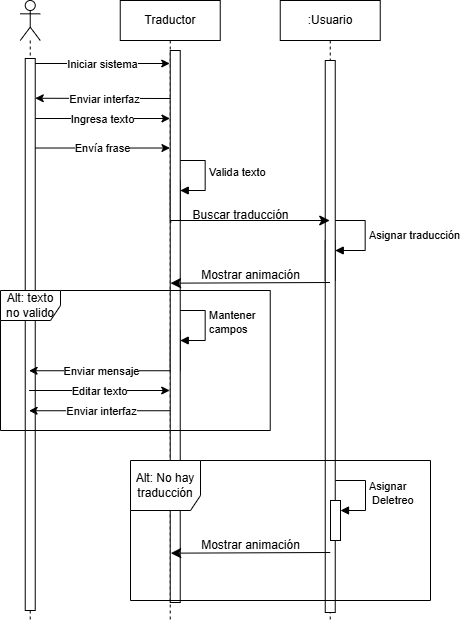
Above: Images/Cap 3/secuencia.png in IvanSMMA/TT1_Document (draw.io), before the change. Source tidied: cells renumbered, new cells last; positions are measured from the earlier drawing's top-left corner, leaving out a move shared by most shapes.
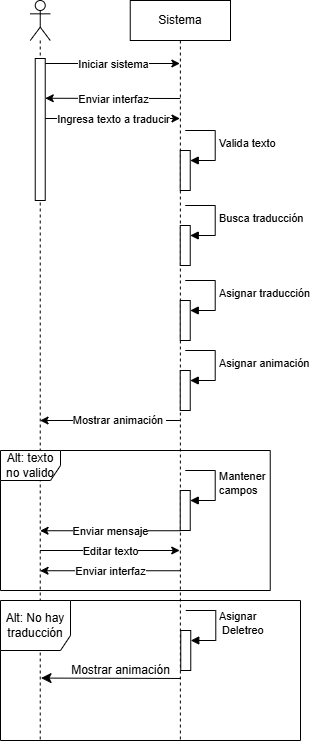
Above is the later version.

Change to the diagram source:
```diff
@@ -2,159 +2,151 @@
   <root>
     <mxCell id="0" />
     <mxCell id="1" parent="0" />
-    <mxCell id="2" style="shape=umlLifeline;perimeter=lifelinePerimeter;whiteSpace=wrap;html=1;outlineConnect=0;portConstraint=eastwest;newEdgeStyle={&quot;curved&quot;:0,&quot;rounded&quot;:0};participant=umlActor;" parent="1" vertex="1">
-      <mxGeometry x="19.7" width="20" height="620" as="geometry" />
-    </mxCell>
-    <mxCell id="3" style="html=1;points=[[0,0,0,0,5],[0,1,0,0,-5],[1,0,0,0,5],[1,1,0,0,-5]];perimeter=orthogonalPerimeter;outlineConnect=0;targetShapes=umlLifeline;portConstraint=eastwest;newEdgeStyle={&quot;curved&quot;:0,&quot;rounded&quot;:0};" parent="2" vertex="1">
-      <mxGeometry x="5" y="58" width="10" height="552" as="geometry" />
-    </mxCell>
-    <mxCell id="4" value="Traductor" style="shape=umlLifeline;perimeter=lifelinePerimeter;whiteSpace=wrap;html=1;outlineConnect=0;portConstraint=eastwest;newEdgeStyle={&quot;curved&quot;:0,&quot;rounded&quot;:0};" parent="1" vertex="1">
-      <mxGeometry x="119.7" width="100" height="620" as="geometry" />
-    </mxCell>
+    <mxCell id="38" style="shape=umlLifeline;perimeter=lifelinePerimeter;whiteSpace=wrap;html=1;newEdgeStyle={&quot;curved&quot;:0,&quot;rounded&quot;:0};participant=umlActor;" parent="1" vertex="1">
+      <mxGeometry x="89.7" y="790" width="20" height="740" as="geometry" />
+    </mxCell>
+    <mxCell id="39" style="html=1;points=[[0,0,0,0,5],[0,1,0,0,-5],[1,0,0,0,5],[1,1,0,0,-5]];perimeter=orthogonalPerimeter;outlineConnect=0;targetShapes=umlLifeline;portConstraint=eastwest;newEdgeStyle={&quot;curved&quot;:0,&quot;rounded&quot;:0};" parent="38" vertex="1">
+      <mxGeometry x="5" y="58" width="10" height="142" as="geometry" />
+    </mxCell>
+    <mxCell id="40" style="edgeStyle=orthogonalEdgeStyle;rounded=0;orthogonalLoop=1;jettySize=auto;html=1;curved=0;" parent="1" edge="1">
+      <mxGeometry relative="1" as="geometry">
+        <mxPoint x="239.4" y="1210" as="sourcePoint" />
+        <mxPoint x="99.6" y="1210" as="targetPoint" />
+      </mxGeometry>
+    </mxCell>
+    <mxCell id="41" value="Mostrar animación&amp;nbsp;" style="edgeLabel;html=1;align=center;verticalAlign=middle;" parent="40" vertex="1">
+      <mxGeometry x="-0.13" y="-1" relative="1" as="geometry" />
+    </mxCell>
+    <mxCell id="42" value="Sistema" style="shape=umlLifeline;perimeter=lifelinePerimeter;whiteSpace=wrap;html=1;outlineConnect=0;portConstraint=eastwest;newEdgeStyle={&quot;curved&quot;:0,&quot;rounded&quot;:0};" parent="1" vertex="1">
+      <mxGeometry x="189.7" y="790" width="100.3" height="740" as="geometry" />
+    </mxCell>
-    <mxCell id="5" value="Valida texto" style="html=1;align=left;spacingLeft=2;endArrow=block;rounded=0;edgeStyle=orthogonalEdgeStyle;curved=0;rounded=0;" parent="4" edge="1" target="6">
+    <mxCell id="5" value="Valida texto" style="html=1;align=left;spacingLeft=2;endArrow=block;rounded=0;edgeStyle=orthogonalEdgeStyle;curved=0;rounded=0;" parent="42" edge="1" target="43">
       <mxGeometry relative="1" as="geometry">
-        <mxPoint x="55" y="160" as="sourcePoint" />
+        <mxPoint x="55" y="130" as="sourcePoint" />
         <Array as="points">
-          <mxPoint x="85" y="190" />
+          <mxPoint x="85" y="160" />
         </Array>
       </mxGeometry>
     </mxCell>
-    <mxCell id="6" style="html=1;points=[[0,0,0,0,5],[0,1,0,0,-5],[1,0,0,0,5],[1,1,0,0,-5]];perimeter=orthogonalPerimeter;outlineConnect=0;targetShapes=umlLifeline;portConstraint=eastwest;newEdgeStyle={&quot;curved&quot;:0,&quot;rounded&quot;:0};" parent="4" vertex="1">
-      <mxGeometry x="50" y="180" width="10" height="40" as="geometry" />
-    </mxCell>
-    <mxCell id="7" style="html=1;points=[[0,0,0,0,5],[0,1,0,0,-5],[1,0,0,0,5],[1,1,0,0,-5]];perimeter=orthogonalPerimeter;outlineConnect=0;targetShapes=umlLifeline;portConstraint=eastwest;newEdgeStyle={&quot;curved&quot;:0,&quot;rounded&quot;:0};" parent="4" vertex="1">
-      <mxGeometry x="50" y="330" width="10" height="40" as="geometry" />
-    </mxCell>
+    <mxCell id="43" style="html=1;points=[[0,0,0,0,5],[0,1,0,0,-5],[1,0,0,0,5],[1,1,0,0,-5]];perimeter=orthogonalPerimeter;outlineConnect=0;targetShapes=umlLifeline;portConstraint=eastwest;newEdgeStyle={&quot;curved&quot;:0,&quot;rounded&quot;:0};" parent="42" vertex="1">
+      <mxGeometry x="50" y="150" width="10" height="40" as="geometry" />
+    </mxCell>
+    <mxCell id="44" style="html=1;points=[[0,0,0,0,5],[0,1,0,0,-5],[1,0,0,0,5],[1,1,0,0,-5]];perimeter=orthogonalPerimeter;outlineConnect=0;targetShapes=umlLifeline;portConstraint=eastwest;newEdgeStyle={&quot;curved&quot;:0,&quot;rounded&quot;:0};" parent="42" vertex="1">
+      <mxGeometry x="50" y="225" width="10" height="40" as="geometry" />
+    </mxCell>
+    <mxCell id="45" value="Busca traducción" style="html=1;align=left;spacingLeft=2;endArrow=block;rounded=0;edgeStyle=orthogonalEdgeStyle;curved=0;rounded=0;" parent="42" edge="1" target="44">
+      <mxGeometry relative="1" as="geometry">
+        <mxPoint x="55" y="205" as="sourcePoint" />
+        <Array as="points">
+          <mxPoint x="85" y="235" />
+        </Array>
+      </mxGeometry>
+    </mxCell>
-    <mxCell id="8" value="Mantener&amp;nbsp;&lt;div&gt;campos&lt;/div&gt;" style="html=1;align=left;spacingLeft=2;endArrow=block;rounded=0;edgeStyle=orthogonalEdgeStyle;curved=0;rounded=0;" parent="4" edge="1" target="7">
+    <mxCell id="8" value="Mantener&amp;nbsp;&lt;div&gt;campos&lt;/div&gt;" style="html=1;align=left;spacingLeft=2;endArrow=block;rounded=0;edgeStyle=orthogonalEdgeStyle;curved=0;rounded=0;" parent="42" edge="1" target="46">
       <mxGeometry relative="1" as="geometry">
-        <mxPoint x="55" y="310" as="sourcePoint" />
+        <mxPoint x="55" y="470" as="sourcePoint" />
         <Array as="points">
-          <mxPoint x="85" y="340" />
+          <mxPoint x="85" y="500" />
         </Array>
       </mxGeometry>
     </mxCell>
-    <mxCell id="9" style="html=1;perimeter=orthogonalPerimeter;targetShapes=umlLifeline;newEdgeStyle={&quot;curved&quot;:0,&quot;rounded&quot;:0};" parent="4" vertex="1">
-      <mxGeometry x="50" y="50" width="10" height="552" as="geometry" />
-    </mxCell>
-    <mxCell id="10" value=":Usuario" style="shape=umlLifeline;perimeter=lifelinePerimeter;whiteSpace=wrap;html=1;outlineConnect=0;portConstraint=eastwest;newEdgeStyle={&quot;curved&quot;:0,&quot;rounded&quot;:0};" parent="1" vertex="1">
-      <mxGeometry x="279.7" width="100" height="620" as="geometry" />
-    </mxCell>
-    <mxCell id="11" style="html=1;points=[[0,0,0,0,5],[0,1,0,0,-5],[1,0,0,0,5],[1,1,0,0,-5]];perimeter=orthogonalPerimeter;outlineConnect=0;targetShapes=umlLifeline;portConstraint=eastwest;newEdgeStyle={&quot;curved&quot;:0,&quot;rounded&quot;:0};" parent="10" vertex="1">
-      <mxGeometry x="45" y="240" width="10" height="40" as="geometry" />
-    </mxCell>
+    <mxCell id="46" style="html=1;points=[[0,0,0,0,5],[0,1,0,0,-5],[1,0,0,0,5],[1,1,0,0,-5]];perimeter=orthogonalPerimeter;outlineConnect=0;targetShapes=umlLifeline;portConstraint=eastwest;newEdgeStyle={&quot;curved&quot;:0,&quot;rounded&quot;:0};" parent="42" vertex="1">
+      <mxGeometry x="50" y="490" width="10" height="40" as="geometry" />
+    </mxCell>
+    <mxCell id="47" style="endArrow=classic;html=1;rounded=0;" parent="42" edge="1">
+      <mxGeometry relative="1" as="geometry">
+        <mxPoint x="50" y="530.2" as="sourcePoint" />
+        <mxPoint x="-90.2" y="530.2" as="targetPoint" />
+      </mxGeometry>
+    </mxCell>
+    <mxCell id="28" value="Enviar mensaje" style="edgeLabel;html=1;align=center;verticalAlign=middle;" parent="47" vertex="1">
+      <mxGeometry relative="1" as="geometry" />
+    </mxCell>
+    <mxCell id="48" style="endArrow=classic;html=1;rounded=0;" parent="42" edge="1">
+      <mxGeometry relative="1" as="geometry">
+        <mxPoint x="-90.2" y="550" as="sourcePoint" />
+        <mxPoint x="49.5" y="550" as="targetPoint" />
+      </mxGeometry>
+    </mxCell>
+    <mxCell id="32" value="Editar texto" style="edgeLabel;html=1;align=center;verticalAlign=middle;" parent="48" vertex="1">
+      <mxGeometry relative="1" as="geometry" />
+    </mxCell>
+    <mxCell id="49" style="endArrow=classic;html=1;rounded=0;" parent="42" edge="1">
+      <mxGeometry relative="1" as="geometry">
+        <mxPoint x="50" y="570.2" as="sourcePoint" />
+        <mxPoint x="-90.2" y="570.2" as="targetPoint" />
+      </mxGeometry>
+    </mxCell>
+    <mxCell id="50" value="Enviar interfaz" style="edgeLabel;html=1;align=center;verticalAlign=middle;" parent="49" vertex="1">
+      <mxGeometry relative="1" as="geometry" />
+    </mxCell>
+    <mxCell id="51" style="html=1;points=[[0,0,0,0,5],[0,1,0,0,-5],[1,0,0,0,5],[1,1,0,0,-5]];perimeter=orthogonalPerimeter;outlineConnect=0;targetShapes=umlLifeline;portConstraint=eastwest;newEdgeStyle={&quot;curved&quot;:0,&quot;rounded&quot;:0};" parent="42" vertex="1">
+      <mxGeometry x="50" y="300" width="10" height="40" as="geometry" />
+    </mxCell>
-    <mxCell id="12" value="Asignar traducción" style="html=1;align=left;spacingLeft=2;endArrow=block;rounded=0;edgeStyle=orthogonalEdgeStyle;curved=0;rounded=0;" parent="10" edge="1" target="11">
+    <mxCell id="12" value="Asignar traducción" style="html=1;align=left;spacingLeft=2;endArrow=block;rounded=0;edgeStyle=orthogonalEdgeStyle;curved=0;rounded=0;" parent="42" edge="1" target="51">
       <mxGeometry relative="1" as="geometry">
-        <mxPoint x="55" y="220" as="sourcePoint" />
+        <mxPoint x="55" y="280" as="sourcePoint" />
         <Array as="points">
-          <mxPoint x="85" y="250" />
+          <mxPoint x="85" y="310" />
         </Array>
       </mxGeometry>
     </mxCell>
-    <mxCell id="13" style="html=1;perimeter=orthogonalPerimeter;targetShapes=umlLifeline;newEdgeStyle={&quot;curved&quot;:0,&quot;rounded&quot;:0};" parent="10" vertex="1">
-      <mxGeometry x="45" y="60" width="10" height="552" as="geometry" />
-    </mxCell>
-    <mxCell id="14" style="edgeStyle=elbowEdgeStyle;elbow=vertical;endArrow=classic;html=1;curved=0;rounded=0;endSize=8;startSize=8;" parent="1" edge="1">
-      <mxGeometry relative="1" as="geometry">
-        <mxPoint x="329.5" y="282" as="sourcePoint" />
-        <mxPoint x="170" y="282" as="targetPoint" />
-      </mxGeometry>
-    </mxCell>
-    <mxCell id="15" value="Mostrar animación" style="text;html=1;align=center;verticalAlign=middle;strokeColor=none;fillColor=none;" parent="1" vertex="1">
-      <mxGeometry x="189.7" y="260" width="120" height="30" as="geometry" />
-    </mxCell>
-    <mxCell id="16" style="edgeStyle=elbowEdgeStyle;elbow=vertical;endArrow=classic;html=1;curved=0;rounded=0;endSize=8;startSize=8;" parent="1" edge="1" target="10">
-      <mxGeometry relative="1" as="geometry">
-        <mxPoint x="170.3" y="222" as="sourcePoint" />
-        <Array as="points">
-          <mxPoint x="169.7" y="220" />
-        </Array>
-      </mxGeometry>
-    </mxCell>
-    <mxCell id="17" value="Buscar traducción" style="text;html=1;align=center;verticalAlign=middle;strokeColor=none;fillColor=none;" parent="1" vertex="1">
-      <mxGeometry x="180" y="200" width="120" height="30" as="geometry" />
-    </mxCell>
-    <mxCell id="18" style="endArrow=classic;html=1;rounded=0;exitX=1;exitY=0;exitDx=0;exitDy=5;exitPerimeter=0;" parent="1" edge="1" source="3" target="4">
-      <mxGeometry relative="1" as="geometry" />
-    </mxCell>
+    <mxCell id="52" style="html=1;points=[[0,0,0,0,5],[0,1,0,0,-5],[1,0,0,0,5],[1,1,0,0,-5]];perimeter=orthogonalPerimeter;outlineConnect=0;targetShapes=umlLifeline;portConstraint=eastwest;newEdgeStyle={&quot;curved&quot;:0,&quot;rounded&quot;:0};" parent="42" vertex="1">
+      <mxGeometry x="50" y="370" width="10" height="40" as="geometry" />
+    </mxCell>
+    <mxCell id="53" value="Asignar animación" style="html=1;align=left;spacingLeft=2;endArrow=block;rounded=0;edgeStyle=orthogonalEdgeStyle;curved=0;rounded=0;" parent="42" edge="1" target="52">
+      <mxGeometry x="0.01" relative="1" as="geometry">
+        <mxPoint x="55" y="350" as="sourcePoint" />
+        <Array as="points">
+          <mxPoint x="85" y="380" />
+        </Array>
+      </mxGeometry>
+    </mxCell>
+    <mxCell id="54" style="endArrow=classic;html=1;rounded=0;exitX=1;exitY=0;exitDx=0;exitDy=5;exitPerimeter=0;" parent="1" edge="1" source="39" target="42">
+      <mxGeometry relative="1" as="geometry" />
+    </mxCell>
-    <mxCell id="19" value="Iniciar sistema" style="edgeLabel;html=1;align=center;verticalAlign=middle;" parent="18" vertex="1">
+    <mxCell id="19" value="Iniciar sistema" style="edgeLabel;html=1;align=center;verticalAlign=middle;" parent="54" vertex="1">
       <mxGeometry relative="1" as="geometry" />
     </mxCell>
-    <mxCell id="20" style="endArrow=classic;html=1;rounded=0;" parent="1" edge="1">
-      <mxGeometry relative="1" as="geometry">
-        <mxPoint x="169.7" y="98" as="sourcePoint" />
-        <mxPoint x="34.7" y="97.8" as="targetPoint" />
-      </mxGeometry>
-    </mxCell>
-    <mxCell id="21" value="Enviar interfaz" style="edgeLabel;html=1;align=center;verticalAlign=middle;" parent="20" vertex="1">
-      <mxGeometry relative="1" as="geometry" />
-    </mxCell>
-    <mxCell id="22" style="endArrow=classic;html=1;rounded=0;" parent="1" edge="1" source="3">
-      <mxGeometry relative="1" as="geometry">
-        <mxPoint x="169.5" y="118" as="targetPoint" />
-      </mxGeometry>
-    </mxCell>
-    <mxCell id="23" value="Ingresa texto" style="edgeLabel;html=1;align=center;verticalAlign=middle;" parent="22" vertex="1">
-      <mxGeometry relative="1" as="geometry" />
-    </mxCell>
-    <mxCell id="24" style="endArrow=classic;html=1;rounded=0;" parent="1" edge="1">
-      <mxGeometry relative="1" as="geometry">
-        <mxPoint x="34.7" y="147.5" as="sourcePoint" />
-        <mxPoint x="169.5" y="147.5" as="targetPoint" />
-        <Array as="points">
-          <mxPoint x="99.7" y="147.5" />
-        </Array>
-      </mxGeometry>
-    </mxCell>
-    <mxCell id="25" value="Envía frase" style="edgeLabel;html=1;align=center;verticalAlign=middle;" parent="24" vertex="1">
-      <mxGeometry relative="1" as="geometry" />
-    </mxCell>
+    <mxCell id="55" style="endArrow=classic;html=1;rounded=0;" parent="1" edge="1">
+      <mxGeometry relative="1" as="geometry">
+        <mxPoint x="239.7" y="888" as="sourcePoint" />
+        <mxPoint x="104.7" y="887.8" as="targetPoint" />
+      </mxGeometry>
+    </mxCell>
+    <mxCell id="56" value="Enviar interfaz" style="edgeLabel;html=1;align=center;verticalAlign=middle;" parent="55" vertex="1">
+      <mxGeometry relative="1" as="geometry" />
+    </mxCell>
+    <mxCell id="57" style="endArrow=classic;html=1;rounded=0;" parent="1" edge="1" source="39">
+      <mxGeometry relative="1" as="geometry">
+        <mxPoint x="239.5" y="908" as="targetPoint" />
+      </mxGeometry>
+    </mxCell>
+    <mxCell id="58" value="Ingresa texto a traducir" style="edgeLabel;html=1;align=center;verticalAlign=middle;" parent="57" vertex="1">
+      <mxGeometry relative="1" as="geometry" />
+    </mxCell>
     <mxCell id="26" value="Alt: texto no valido" style="shape=umlFrame;whiteSpace=wrap;html=1;" parent="1" vertex="1">
-      <mxGeometry y="290" width="269.7" height="140" as="geometry" />
+      <mxGeometry x="60" y="1240" width="269.7" height="140" as="geometry" />
     </mxCell>
-    <mxCell id="27" style="endArrow=classic;html=1;rounded=0;" parent="1" edge="1" target="2">
-      <mxGeometry relative="1" as="geometry">
-        <mxPoint x="169.7" y="370.2" as="sourcePoint" />
-      </mxGeometry>
-    </mxCell>
-    <mxCell id="28" value="Enviar mensaje" style="edgeLabel;html=1;align=center;verticalAlign=middle;" parent="27" vertex="1">
-      <mxGeometry relative="1" as="geometry" />
-    </mxCell>
-    <mxCell id="29" style="endArrow=classic;html=1;rounded=0;" parent="1" edge="1" target="2">
-      <mxGeometry relative="1" as="geometry">
-        <mxPoint x="169.7" y="410.2" as="sourcePoint" />
-      </mxGeometry>
-    </mxCell>
-    <mxCell id="30" value="Enviar interfaz" style="edgeLabel;html=1;align=center;verticalAlign=middle;" parent="29" vertex="1">
-      <mxGeometry relative="1" as="geometry" />
-    </mxCell>
-    <mxCell id="31" style="endArrow=classic;html=1;rounded=0;" parent="1" edge="1" source="2">
-      <mxGeometry relative="1" as="geometry">
-        <mxPoint x="169.2" y="390" as="targetPoint" />
-      </mxGeometry>
-    </mxCell>
-    <mxCell id="32" value="Editar texto" style="edgeLabel;html=1;align=center;verticalAlign=middle;" parent="31" vertex="1">
-      <mxGeometry relative="1" as="geometry" />
-    </mxCell>
     <mxCell id="33" value="Alt: No hay traducción" style="shape=umlFrame;whiteSpace=wrap;html=1;width=70;height=50;" parent="1" vertex="1">
-      <mxGeometry x="130" y="460" width="300" height="140" as="geometry" />
+      <mxGeometry x="60" y="1390" width="300" height="140" as="geometry" />
     </mxCell>
-    <mxCell id="34" style="edgeStyle=elbowEdgeStyle;elbow=vertical;endArrow=classic;html=1;curved=0;rounded=0;endSize=8;startSize=8;" parent="1" edge="1">
-      <mxGeometry relative="1" as="geometry">
-        <mxPoint x="329.7" y="552" as="sourcePoint" />
-        <mxPoint x="170.3" y="552" as="targetPoint" />
-      </mxGeometry>
-    </mxCell>
-    <mxCell id="35" value="Mostrar animación" style="text;html=1;align=center;verticalAlign=middle;strokeColor=none;fillColor=none;" parent="1" vertex="1">
-      <mxGeometry x="190" y="530" width="120" height="30" as="geometry" />
-    </mxCell>
-    <mxCell id="36" style="html=1;points=[[0,0,0,0,5],[0,1,0,0,-5],[1,0,0,0,5],[1,1,0,0,-5]];perimeter=orthogonalPerimeter;outlineConnect=0;targetShapes=umlLifeline;portConstraint=eastwest;newEdgeStyle={&quot;curved&quot;:0,&quot;rounded&quot;:0};" parent="1" vertex="1">
-      <mxGeometry x="330" y="500" width="10" height="40" as="geometry" />
-    </mxCell>
+    <mxCell id="59" style="edgeStyle=elbowEdgeStyle;elbow=vertical;endArrow=classic;html=1;curved=0;rounded=0;endSize=8;startSize=8;exitX=1.002;exitY=0.766;exitDx=0;exitDy=0;exitPerimeter=0;" parent="1" edge="1" source="60">
+      <mxGeometry relative="1" as="geometry">
+        <mxPoint x="100.5" y="1467" as="targetPoint" />
+      </mxGeometry>
+    </mxCell>
+    <mxCell id="60" value="Mostrar animación" style="text;html=1;align=center;verticalAlign=middle;points=[];strokeColor=none;fillColor=none;" parent="1" vertex="1">
+      <mxGeometry x="120.3" y="1445" width="120" height="30" as="geometry" />
+    </mxCell>
+    <mxCell id="61" style="html=1;points=[[0,0,0,0,5],[0,1,0,0,-5],[1,0,0,0,5],[1,1,0,0,-5]];perimeter=orthogonalPerimeter;outlineConnect=0;targetShapes=umlLifeline;portConstraint=eastwest;newEdgeStyle={&quot;curved&quot;:0,&quot;rounded&quot;:0};" parent="1" vertex="1">
+      <mxGeometry x="240.3" y="1420" width="10" height="40" as="geometry" />
+    </mxCell>
-    <mxCell id="37" value="Asignar&lt;div&gt;&amp;nbsp;Deletreo&lt;/div&gt;" style="html=1;align=left;spacingLeft=2;endArrow=block;rounded=0;edgeStyle=orthogonalEdgeStyle;curved=0;rounded=0;" parent="1" edge="1" target="36">
+    <mxCell id="37" value="Asignar&lt;div&gt;&amp;nbsp;Deletreo&lt;/div&gt;" style="html=1;align=left;spacingLeft=2;endArrow=block;rounded=0;edgeStyle=orthogonalEdgeStyle;curved=0;rounded=0;" parent="1" edge="1" target="61">
       <mxGeometry relative="1" as="geometry">
-        <mxPoint x="335" y="480" as="sourcePoint" />
+        <mxPoint x="245.3" y="1400" as="sourcePoint" />
         <Array as="points">
-          <mxPoint x="365" y="510" />
+          <mxPoint x="275.3" y="1430" />
         </Array>
       </mxGeometry>
     </mxCell>
```
